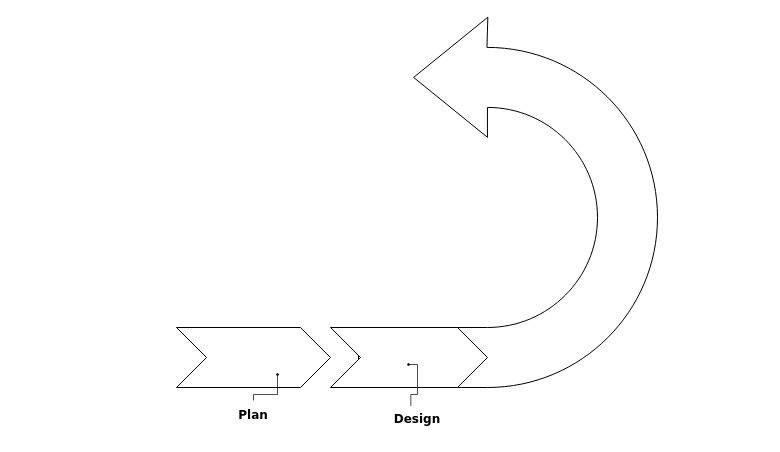
The draw.io diagram Chapter 5.drawio in ur1el0/Capstone, before the edit. Source tidied: cells renumbered, new cells numbered last; positions are measured from the earlier drawing's top-left corner, leaving out a move shared by most shapes. Both pictures are drawn from the tidied source at 100%, with x=0, y=0 at pixel (176, 17).
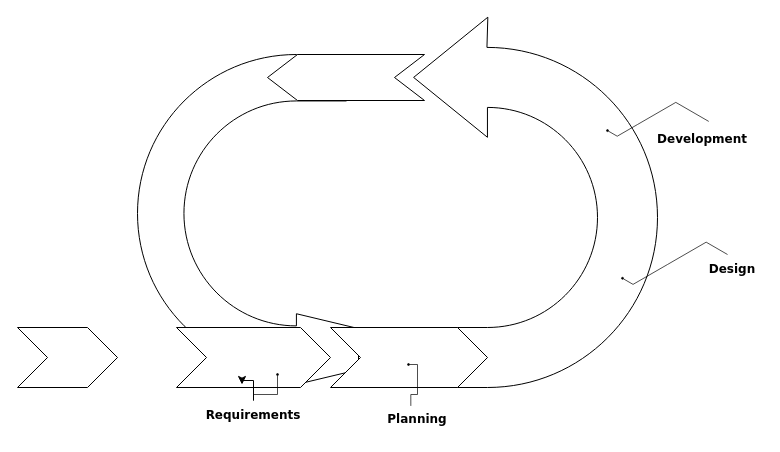
The same diagram, later.

What changed in the source:
```diff
@@
+    <mxCell id="9" style="html=1;shadow=0;dashed=0;align=center;verticalAlign=middle;shape=mxgraph.arrows2.uTurnArrow;dy=23.22;arrowHead=70.76;dx2=147.95;direction=east;flipH=0;legacyAnchorPoints=0;flipV=1;fixDash=0;contract=0;comic=0;miterlimit=4;linecap=square;strokeColor=default;" parent="1" vertex="1">
+      <mxGeometry x="-39" y="37" width="209" height="330" as="geometry" />
+    </mxCell>
@@
-    <mxCell id="3" style="html=1;shadow=0;dashed=0;align=center;verticalAlign=middle;shape=mxgraph.arrows2.arrow;dy=0;dx=30;notch=30;strokeColor=default;" parent="1" vertex="1">
+    <mxCell id="3" style="html=1;shadow=0;dashed=0;align=center;verticalAlign=middle;shape=mxgraph.arrows2.arrow;dy=0;dx=30;notch=30;strokeColor=default;perimeterSpacing=6;" parent="1" vertex="1">
       <mxGeometry x="154" y="310" width="157" height="60" as="geometry" />
     </mxCell>
@@
+    <mxCell id="10" style="edgeStyle=orthogonalEdgeStyle;rounded=0;jettySize=auto;html=1;" parent="1" edge="1" source="5" target="9">
+      <mxGeometry relative="1" as="geometry" />
+    </mxCell>
-    <mxCell id="5" value="&lt;b&gt;&lt;font face=&quot;Verdana&quot;&gt;Plan&lt;/font&gt;&lt;/b&gt;" style="text;html=1;whiteSpace=wrap;strokeColor=none;fillColor=none;align=center;verticalAlign=middle;rounded=0;" parent="1" vertex="1">
+    <mxCell id="5" value="&lt;b&gt;&lt;font face=&quot;Verdana&quot;&gt;Requirements&lt;/font&gt;&lt;/b&gt;" style="text;html=1;whiteSpace=wrap;strokeColor=none;fillColor=none;align=center;verticalAlign=middle;rounded=0;" parent="1" vertex="1">
       <mxGeometry x="47" y="383" width="60" height="30" as="geometry" />
     </mxCell>
@@
-    <mxCell id="7" value="&lt;b&gt;&lt;font face=&quot;Verdana&quot;&gt;Design&lt;/font&gt;&lt;/b&gt;" style="text;html=1;whiteSpace=wrap;strokeColor=none;fillColor=none;align=center;verticalAlign=middle;rounded=0;" parent="1" vertex="1">
+    <mxCell id="7" value="&lt;b&gt;&lt;font face=&quot;Verdana&quot;&gt;Planning&lt;/font&gt;&lt;/b&gt;" style="text;html=1;whiteSpace=wrap;strokeColor=none;fillColor=none;align=center;verticalAlign=middle;rounded=0;" parent="1" vertex="1">
       <mxGeometry x="211" y="387" width="60" height="30" as="geometry" />
     </mxCell>
@@
+    <mxCell id="11" value="&lt;b&gt;&lt;font face=&quot;Verdana&quot;&gt;Design&lt;/font&gt;&lt;/b&gt;" style="text;html=1;whiteSpace=wrap;strokeColor=none;fillColor=none;align=center;verticalAlign=middle;rounded=0;" parent="1" vertex="1">
+      <mxGeometry x="526" y="237" width="60" height="30" as="geometry" />
+    </mxCell>
+    <mxCell id="12" style="endArrow=oval;html=1;rounded=0;fontSize=12;startSize=8;endSize=2;endFill=1;strokeWidth=0.7;edgeStyle=isometricEdgeStyle;exitX=0.417;exitY=0;exitDx=0;exitDy=0;exitPerimeter=0;elbow=vertical;" parent="1" edge="1" source="11">
+      <mxGeometry relative="1" as="geometry">
+        <mxPoint x="446" y="260.8" as="targetPoint" />
+        <Array as="points">
+          <mxPoint x="491" y="247" />
+        </Array>
+      </mxGeometry>
+    </mxCell>
+    <mxCell id="13" value="&lt;b&gt;&lt;font face=&quot;Verdana&quot;&gt;Development&lt;/font&gt;&lt;/b&gt;" style="text;html=1;whiteSpace=wrap;strokeColor=none;fillColor=none;align=center;verticalAlign=middle;rounded=0;" parent="1" vertex="1">
+      <mxGeometry x="496" y="107" width="60" height="30" as="geometry" />
+    </mxCell>
+    <mxCell id="14" style="endArrow=oval;html=1;rounded=0;fontSize=12;startSize=8;endSize=2;endFill=1;strokeWidth=0.7;edgeStyle=isometricEdgeStyle;exitX=0.604;exitY=-0.103;exitDx=0;exitDy=0;elbow=vertical;exitPerimeter=0;" parent="1" edge="1" source="13">
+      <mxGeometry relative="1" as="geometry">
+        <mxPoint x="431" y="113.1" as="targetPoint" />
+        <Array as="points">
+          <mxPoint x="461" y="107" />
+        </Array>
+      </mxGeometry>
+    </mxCell>
+    <mxCell id="15" style="html=1;shadow=0;dashed=0;align=center;verticalAlign=middle;shape=mxgraph.arrows2.arrow;dy=0;dx=30;notch=30;strokeColor=default;perimeterSpacing=6;direction=west;" parent="1" vertex="1">
+      <mxGeometry x="91" y="37" width="157" height="46" as="geometry" />
+    </mxCell>
+    <mxCell id="16" style="html=1;shadow=0;dashed=0;align=center;verticalAlign=middle;shape=mxgraph.arrows2.arrow;dy=0;dx=30;notch=30;" parent="1" vertex="1">
+      <mxGeometry x="-159" y="310" width="100" height="60" as="geometry" />
+    </mxCell>
```
